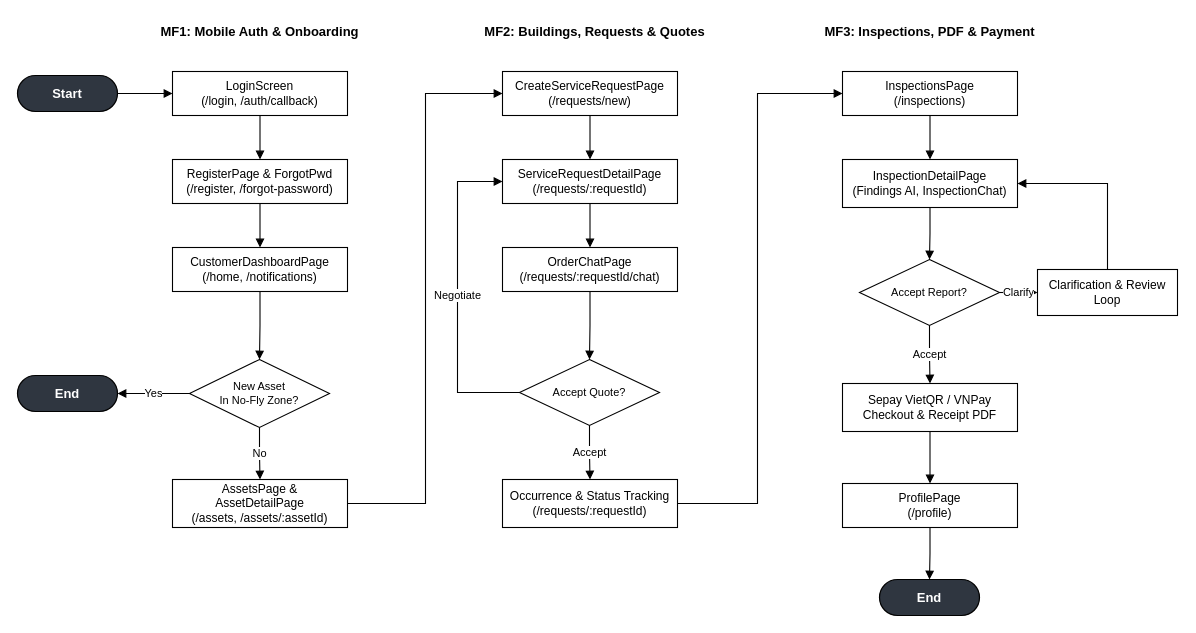
tungbach12/SmartDroneInspection-Docs keeps this draw.io diagram as page "Mobile Application Screen Flow" (2 of 2) of diagrams/smartdrone-screen-flow-diagrams.drawio. Above is the earlier version. Source tidied: cells renumbered, new cells numbered last; positions are measured from the earlier drawing's top-left corner, leaving out a move shared by most shapes. Both pictures are drawn from the tidied source at 100%, with x=0, y=0 at pixel (17, 17).
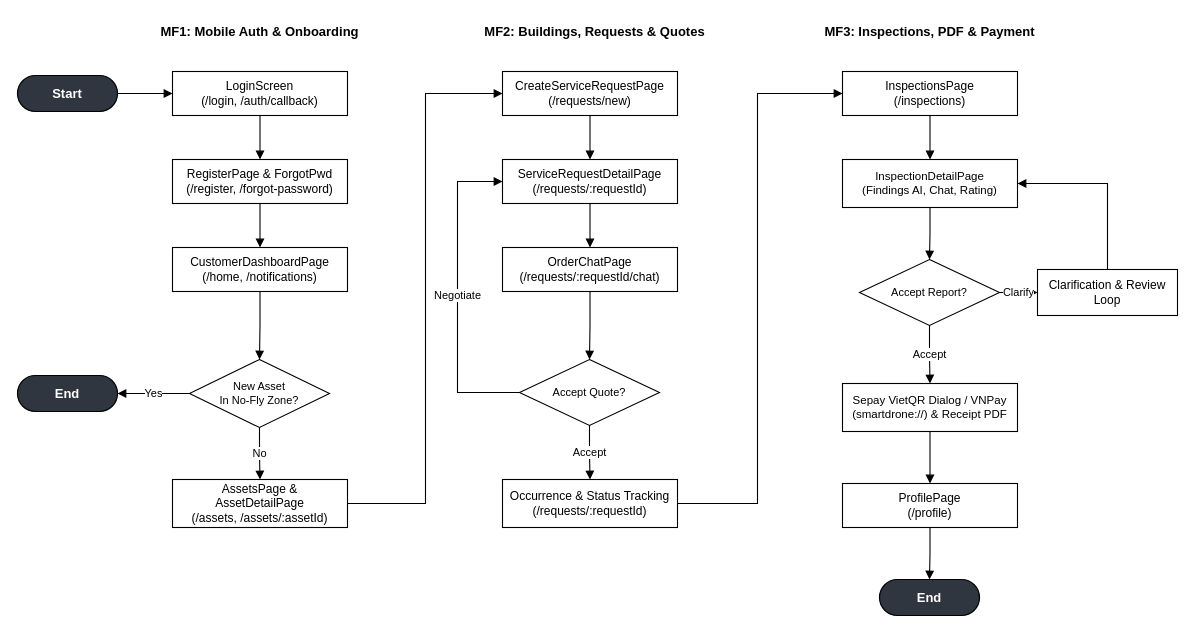
After the change.

The edit, as a diff of the source:
```diff
@@
-    <mxCell id="18" value="InspectionDetailPage&lt;br&gt;(Findings AI, InspectionChat)" style="rounded=0;whiteSpace=wrap;html=1;fillColor=#ffffff;strokeColor=#000000;strokeWidth=1.1;fontColor=#000000;fontSize=12;fontFamily=Helvetica;align=center;verticalAlign=middle;spacingLeft=6;spacingRight=6;" parent="1" vertex="1">
+    <mxCell id="18" value="InspectionDetailPage&lt;br&gt;(Findings AI, Chat, Rating)" style="rounded=0;whiteSpace=wrap;html=1;fillColor=#ffffff;strokeColor=#000000;strokeWidth=1.1;fontColor=#000000;fontSize=11.5;fontFamily=Helvetica;align=center;verticalAlign=middle;spacingLeft=6;spacingRight=6;" parent="1" vertex="1">
       <mxGeometry x="825" y="142" width="175" height="48" as="geometry" />
     </mxCell>
@@
-    <mxCell id="21" value="Sepay VietQR / VNPay&lt;br&gt;Checkout &amp;amp; Receipt PDF" style="rounded=0;whiteSpace=wrap;html=1;fillColor=#ffffff;strokeColor=#000000;strokeWidth=1.1;fontColor=#000000;fontSize=12;fontFamily=Helvetica;align=center;verticalAlign=middle;spacingLeft=6;spacingRight=6;" parent="1" vertex="1">
+    <mxCell id="21" value="Sepay VietQR Dialog / VNPay&lt;br&gt;(smartdrone://) &amp;amp; Receipt PDF" style="rounded=0;whiteSpace=wrap;html=1;fillColor=#ffffff;strokeColor=#000000;strokeWidth=1.1;fontColor=#000000;fontSize=11.5;fontFamily=Helvetica;align=center;verticalAlign=middle;spacingLeft=6;spacingRight=6;" parent="1" vertex="1">
       <mxGeometry x="825" y="366" width="175" height="48" as="geometry" />
     </mxCell>
```
